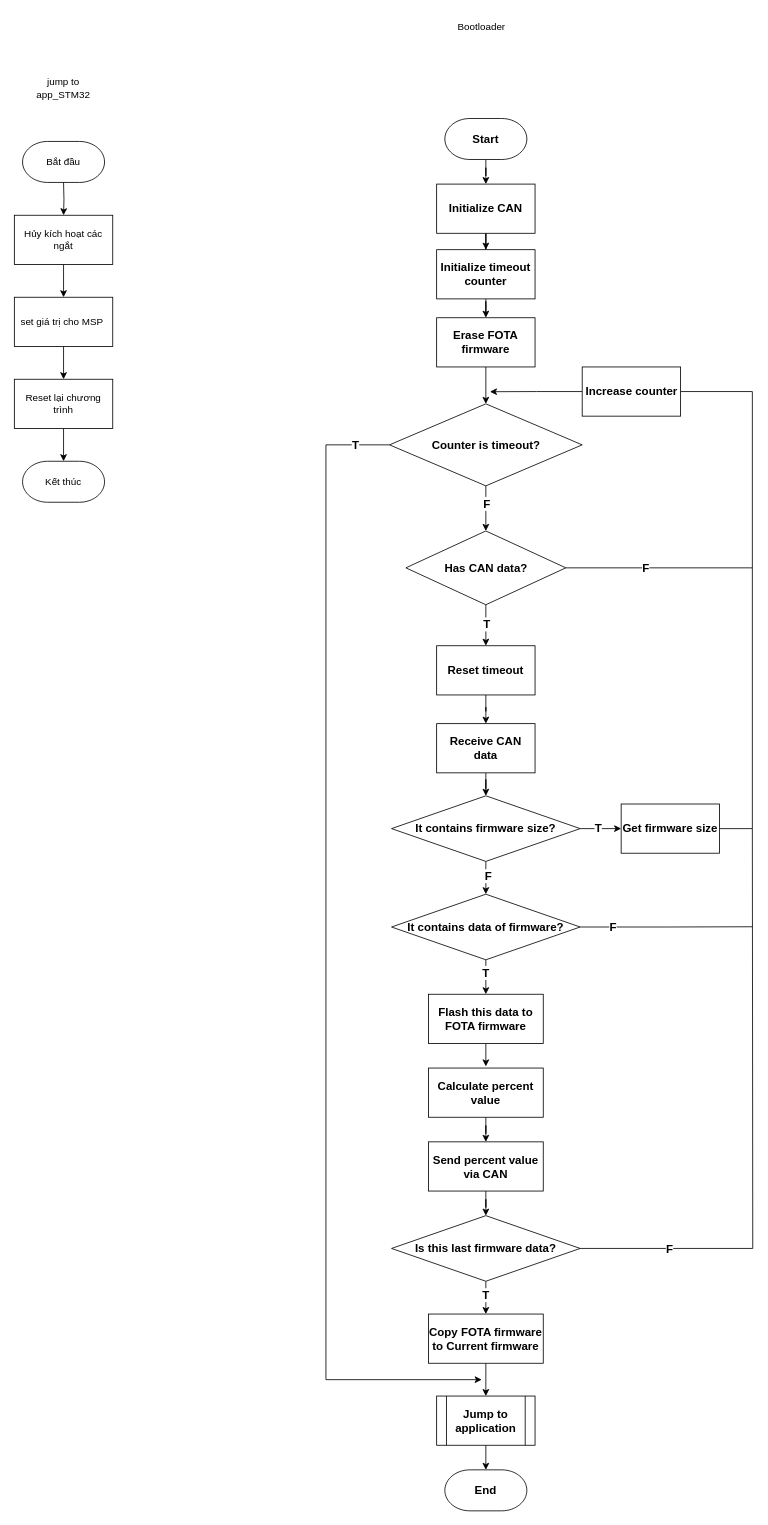
thanhtung386/web_iot_interface keeps this draw.io diagram as page "STM32" (1 of 6) of STM32_01.drawio. Above is the earlier version. Source tidied: cells renumbered, new cells numbered last; positions are measured from the earlier drawing's top-left corner, leaving out a move shared by most shapes. Both pictures are drawn from the tidied source at 82%, with x=0, y=0 at pixel (14, 14).
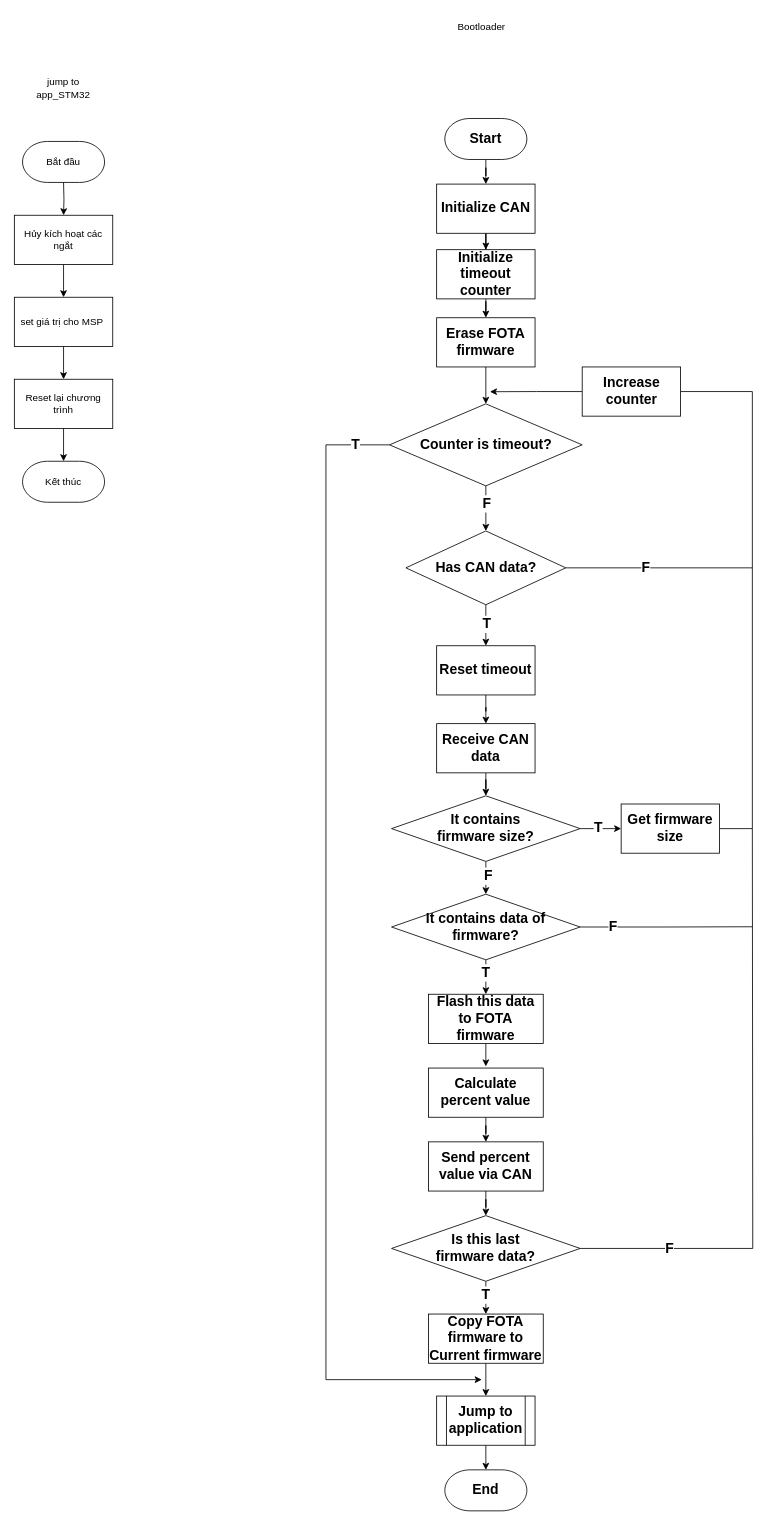
After the change.

What changed in the source:
```diff
@@
-    <mxCell id="12" style="edgeStyle=orthogonalEdgeStyle;rounded=0;jettySize=auto;html=1;fontSize=14;fontStyle=1;" parent="1" edge="1" source="13" target="15">
+    <mxCell id="12" style="edgeStyle=orthogonalEdgeStyle;rounded=0;jettySize=auto;html=1;fontSize=17;fontStyle=1;" parent="1" edge="1" source="13" target="15">
       <mxGeometry relative="1" as="geometry" />
     </mxCell>
-    <mxCell id="13" value="Start" style="whiteSpace=wrap;html=1;strokeWidth=1;shape=mxgraph.flowchart.terminator;fontSize=14;fontStyle=1;" parent="1" vertex="1">
+    <mxCell id="13" value="Start" style="whiteSpace=wrap;html=1;strokeWidth=1;shape=mxgraph.flowchart.terminator;fontSize=17;fontStyle=1;" parent="1" vertex="1">
       <mxGeometry x="525" y="127" width="100" height="50" as="geometry" />
     </mxCell>
-    <mxCell id="14" style="edgeStyle=orthogonalEdgeStyle;rounded=0;jettySize=auto;html=1;fontSize=14;fontStyle=1;" parent="1" edge="1" source="15" target="40">
+    <mxCell id="14" style="edgeStyle=orthogonalEdgeStyle;rounded=0;jettySize=auto;html=1;fontSize=17;fontStyle=1;" parent="1" edge="1" source="15" target="40">
       <mxGeometry relative="1" as="geometry" />
     </mxCell>
-    <mxCell id="15" value="Initialize CAN" style="whiteSpace=wrap;html=1;fontSize=14;fontStyle=1;" parent="1" vertex="1">
+    <mxCell id="15" value="Initialize CAN" style="whiteSpace=wrap;html=1;fontSize=17;fontStyle=1;" parent="1" vertex="1">
       <mxGeometry x="515" y="207" width="120" height="60" as="geometry" />
     </mxCell>
-    <mxCell id="16" style="edgeStyle=orthogonalEdgeStyle;rounded=0;jettySize=auto;html=1;fontSize=14;fontStyle=1;" parent="1" edge="1" source="20" target="47">
+    <mxCell id="16" style="edgeStyle=orthogonalEdgeStyle;rounded=0;jettySize=auto;html=1;fontSize=17;fontStyle=1;" parent="1" edge="1" source="20" target="47">
       <mxGeometry relative="1" as="geometry" />
     </mxCell>
-    <mxCell id="17" value="T" style="edgeLabel;html=1;align=center;verticalAlign=middle;fontSize=14;fontStyle=1;" parent="16" vertex="1">
+    <mxCell id="17" value="T" style="edgeLabel;html=1;align=center;verticalAlign=middle;fontSize=17;fontStyle=1;" parent="16" vertex="1">
       <mxGeometry x="-0.08" relative="1" as="geometry" />
     </mxCell>
-    <mxCell id="18" style="edgeStyle=orthogonalEdgeStyle;rounded=0;jettySize=auto;html=1;exitX=1;exitY=0.5;exitDx=0;exitDy=0;exitPerimeter=0;endArrow=none;endFill=0;fontSize=14;fontStyle=1;" parent="1" edge="1" source="20">
+    <mxCell id="18" style="edgeStyle=orthogonalEdgeStyle;rounded=0;jettySize=auto;html=1;exitX=1;exitY=0.5;exitDx=0;exitDy=0;exitPerimeter=0;endArrow=none;endFill=0;fontSize=17;fontStyle=1;" parent="1" edge="1" source="20">
       <mxGeometry relative="1" as="geometry">
         <mxPoint x="900" y="675" as="targetPoint" />
         <Array as="points">
           <mxPoint x="900" y="675" />
         </Array>
       </mxGeometry>
     </mxCell>
-    <mxCell id="19" value="F" style="edgeLabel;html=1;align=center;verticalAlign=middle;fontSize=14;fontStyle=1;" parent="18" vertex="1">
+    <mxCell id="19" value="F" style="edgeLabel;html=1;align=center;verticalAlign=middle;fontSize=17;fontStyle=1;" parent="18" vertex="1">
       <mxGeometry x="-0.15" y="1" relative="1" as="geometry" />
     </mxCell>
-    <mxCell id="20" value="Has CAN data?" style="rounded=0;whiteSpace=wrap;html=1;strokeWidth=1;shape=mxgraph.flowchart.decision;fontSize=14;fontStyle=1;" parent="1" vertex="1">
+    <mxCell id="20" value="Has CAN data?" style="rounded=0;whiteSpace=wrap;html=1;strokeWidth=1;shape=mxgraph.flowchart.decision;fontSize=17;fontStyle=1;" parent="1" vertex="1">
       <mxGeometry x="477.5" y="630" width="195" height="90" as="geometry" />
     </mxCell>
-    <mxCell id="21" style="edgeStyle=orthogonalEdgeStyle;rounded=0;jettySize=auto;html=1;exitX=1;exitY=0.5;exitDx=0;exitDy=0;fontSize=14;fontStyle=1;" parent="1" edge="1" source="25" target="27">
+    <mxCell id="21" style="edgeStyle=orthogonalEdgeStyle;rounded=0;jettySize=auto;html=1;exitX=1;exitY=0.5;exitDx=0;exitDy=0;fontSize=17;fontStyle=1;" parent="1" edge="1" source="25" target="27">
       <mxGeometry relative="1" as="geometry" />
     </mxCell>
-    <mxCell id="22" value="T" style="edgeLabel;html=1;align=center;verticalAlign=middle;fontSize=14;fontStyle=1;" parent="21" vertex="1">
+    <mxCell id="22" value="T" style="edgeLabel;html=1;align=center;verticalAlign=middle;fontSize=17;fontStyle=1;" parent="21" vertex="1">
       <mxGeometry x="-0.16" y="1" relative="1" as="geometry" />
     </mxCell>
-    <mxCell id="23" style="edgeStyle=orthogonalEdgeStyle;rounded=0;jettySize=auto;html=1;exitX=0.5;exitY=1;exitDx=0;exitDy=0;entryX=0.5;entryY=0;entryDx=0;entryDy=0;fontSize=14;fontStyle=1;" parent="1" edge="1" source="25" target="32">
+    <mxCell id="23" style="edgeStyle=orthogonalEdgeStyle;rounded=0;jettySize=auto;html=1;exitX=0.5;exitY=1;exitDx=0;exitDy=0;entryX=0.5;entryY=0;entryDx=0;entryDy=0;fontSize=17;fontStyle=1;" parent="1" edge="1" source="25" target="32">
       <mxGeometry relative="1" as="geometry" />
     </mxCell>
-    <mxCell id="24" value="F" style="edgeLabel;html=1;align=center;verticalAlign=middle;fontSize=14;fontStyle=1;" parent="23" vertex="1">
+    <mxCell id="24" value="F" style="edgeLabel;html=1;align=center;verticalAlign=middle;fontSize=17;fontStyle=1;" parent="23" vertex="1">
       <mxGeometry x="-0.14" y="2" relative="1" as="geometry" />
     </mxCell>
-    <mxCell id="25" value="It contains firmware size?" style="rhombus;whiteSpace=wrap;html=1;fontSize=14;fontStyle=1;" parent="1" vertex="1">
+    <mxCell id="25" value="It contains&lt;br&gt;firmware size?" style="rhombus;whiteSpace=wrap;html=1;fontSize=17;fontStyle=1;" parent="1" vertex="1">
       <mxGeometry x="460" y="953" width="230" height="80" as="geometry" />
     </mxCell>
-    <mxCell id="26" style="edgeStyle=orthogonalEdgeStyle;rounded=0;jettySize=auto;html=1;exitX=1;exitY=0.5;exitDx=0;exitDy=0;fontSize=14;fontStyle=1;entryX=1;entryY=0.5;entryDx=0;entryDy=0;endArrow=none;endFill=0;" parent="1" edge="1" source="27" target="62">
+    <mxCell id="26" style="edgeStyle=orthogonalEdgeStyle;rounded=0;jettySize=auto;html=1;exitX=1;exitY=0.5;exitDx=0;exitDy=0;fontSize=17;fontStyle=1;entryX=1;entryY=0.5;entryDx=0;entryDy=0;endArrow=none;endFill=0;" parent="1" edge="1" source="27" target="62">
       <mxGeometry relative="1" as="geometry">
         <Array as="points">
           <mxPoint x="900" y="993" />
           <mxPoint x="900" y="460" />
         </Array>
       </mxGeometry>
     </mxCell>
-    <mxCell id="27" value="Get firmware size" style="rounded=0;whiteSpace=wrap;html=1;fontSize=14;fontStyle=1;" parent="1" vertex="1">
+    <mxCell id="27" value="Get firmware size" style="rounded=0;whiteSpace=wrap;html=1;fontSize=17;fontStyle=1;" parent="1" vertex="1">
       <mxGeometry x="740" y="963" width="120" height="60" as="geometry" />
     </mxCell>
-    <mxCell id="28" style="edgeStyle=orthogonalEdgeStyle;rounded=0;jettySize=auto;html=1;exitX=0.5;exitY=1;exitDx=0;exitDy=0;entryX=0.5;entryY=0;entryDx=0;entryDy=0;fontSize=14;fontStyle=1;" parent="1" edge="1" source="32" target="34">
+    <mxCell id="28" style="edgeStyle=orthogonalEdgeStyle;rounded=0;jettySize=auto;html=1;exitX=0.5;exitY=1;exitDx=0;exitDy=0;entryX=0.5;entryY=0;entryDx=0;entryDy=0;fontSize=17;fontStyle=1;" parent="1" edge="1" source="32" target="34">
       <mxGeometry relative="1" as="geometry" />
     </mxCell>
-    <mxCell id="29" value="T" style="edgeLabel;html=1;align=center;verticalAlign=middle;fontSize=14;fontStyle=1;" parent="28" vertex="1">
+    <mxCell id="29" value="T" style="edgeLabel;html=1;align=center;verticalAlign=middle;fontSize=17;fontStyle=1;" parent="28" vertex="1">
       <mxGeometry x="-0.3" y="-1" relative="1" as="geometry" />
     </mxCell>
-    <mxCell id="30" style="edgeStyle=orthogonalEdgeStyle;rounded=0;jettySize=auto;html=1;exitX=1;exitY=0.5;exitDx=0;exitDy=0;endArrow=none;endFill=0;fontSize=14;fontStyle=1;" parent="1" edge="1" source="32">
+    <mxCell id="30" style="edgeStyle=orthogonalEdgeStyle;rounded=0;jettySize=auto;html=1;exitX=1;exitY=0.5;exitDx=0;exitDy=0;endArrow=none;endFill=0;fontSize=17;fontStyle=1;" parent="1" edge="1" source="32">
       <mxGeometry relative="1" as="geometry">
         <mxPoint x="900" y="1112.7" as="targetPoint" />
       </mxGeometry>
     </mxCell>
-    <mxCell id="31" value="F" style="edgeLabel;html=1;align=center;verticalAlign=middle;fontSize=14;fontStyle=1;" parent="30" vertex="1">
+    <mxCell id="31" value="F" style="edgeLabel;html=1;align=center;verticalAlign=middle;fontSize=17;fontStyle=1;" parent="30" vertex="1">
       <mxGeometry x="-0.63" y="1" relative="1" as="geometry" />
     </mxCell>
-    <mxCell id="32" value="It contains data of firmware?" style="rhombus;whiteSpace=wrap;html=1;fontSize=14;fontStyle=1;" parent="1" vertex="1">
+    <mxCell id="32" value="It contains data of firmware?" style="rhombus;whiteSpace=wrap;html=1;fontSize=17;fontStyle=1;" parent="1" vertex="1">
       <mxGeometry x="460" y="1073" width="230" height="80" as="geometry" />
     </mxCell>
-    <mxCell id="33" style="edgeStyle=orthogonalEdgeStyle;rounded=0;jettySize=auto;html=1;exitX=0.5;exitY=1;exitDx=0;exitDy=0;entryX=0.5;entryY=0;entryDx=0;entryDy=0;fontSize=14;fontStyle=1;" parent="1" edge="1" source="34">
+    <mxCell id="33" style="edgeStyle=orthogonalEdgeStyle;rounded=0;jettySize=auto;html=1;exitX=0.5;exitY=1;exitDx=0;exitDy=0;entryX=0.5;entryY=0;entryDx=0;entryDy=0;fontSize=17;fontStyle=1;" parent="1" edge="1" source="34">
       <mxGeometry relative="1" as="geometry">
         <mxPoint x="575" y="1283" as="targetPoint" />
       </mxGeometry>
     </mxCell>
-    <mxCell id="34" value="Flash this data to FOTA firmware" style="rounded=0;whiteSpace=wrap;html=1;fontSize=14;fontStyle=1;" parent="1" vertex="1">
+    <mxCell id="34" value="Flash this data to FOTA firmware" style="rounded=0;whiteSpace=wrap;html=1;fontSize=17;fontStyle=1;" parent="1" vertex="1">
       <mxGeometry x="505" y="1195" width="140" height="60" as="geometry" />
     </mxCell>
-    <mxCell id="35" style="edgeStyle=orthogonalEdgeStyle;rounded=0;jettySize=auto;html=1;exitX=0.5;exitY=1;exitDx=0;exitDy=0;entryX=0.5;entryY=0;entryDx=0;entryDy=0;fontSize=14;fontStyle=1;" parent="1" edge="1" source="36" target="38">
+    <mxCell id="35" style="edgeStyle=orthogonalEdgeStyle;rounded=0;jettySize=auto;html=1;exitX=0.5;exitY=1;exitDx=0;exitDy=0;entryX=0.5;entryY=0;entryDx=0;entryDy=0;fontSize=17;fontStyle=1;" parent="1" edge="1" source="36" target="38">
       <mxGeometry relative="1" as="geometry" />
     </mxCell>
-    <mxCell id="36" value="Jump to application" style="shape=process;whiteSpace=wrap;html=1;backgroundOutline=1;fontSize=14;fontStyle=1;" parent="1" vertex="1">
+    <mxCell id="36" value="Jump to application" style="shape=process;whiteSpace=wrap;html=1;backgroundOutline=1;fontSize=17;fontStyle=1;" parent="1" vertex="1">
       <mxGeometry x="515" y="1685" width="120" height="60" as="geometry" />
     </mxCell>
@@
-    <mxCell id="38" value="End" style="whiteSpace=wrap;html=1;strokeWidth=1;shape=mxgraph.flowchart.terminator;fontSize=14;fontStyle=1;" parent="1" vertex="1">
+    <mxCell id="38" value="End" style="whiteSpace=wrap;html=1;strokeWidth=1;shape=mxgraph.flowchart.terminator;fontSize=17;fontStyle=1;" parent="1" vertex="1">
       <mxGeometry x="525" y="1775" width="100" height="50" as="geometry" />
     </mxCell>
-    <mxCell id="39" style="edgeStyle=orthogonalEdgeStyle;rounded=0;jettySize=auto;html=1;fontSize=14;fontStyle=1;" parent="1" edge="1" source="40" target="49">
+    <mxCell id="39" style="edgeStyle=orthogonalEdgeStyle;rounded=0;jettySize=auto;html=1;fontSize=17;fontStyle=1;" parent="1" edge="1" source="40" target="49">
       <mxGeometry relative="1" as="geometry" />
     </mxCell>
-    <mxCell id="40" value="Initialize timeout counter" style="whiteSpace=wrap;html=1;fontSize=14;fontStyle=1;" parent="1" vertex="1">
+    <mxCell id="40" value="Initialize timeout counter" style="whiteSpace=wrap;html=1;fontSize=17;fontStyle=1;" parent="1" vertex="1">
       <mxGeometry x="515" y="287" width="120" height="60" as="geometry" />
     </mxCell>
-    <mxCell id="41" style="edgeStyle=orthogonalEdgeStyle;rounded=0;jettySize=auto;html=1;fontSize=14;fontStyle=1;" parent="1" edge="1" source="45" target="20">
+    <mxCell id="41" style="edgeStyle=orthogonalEdgeStyle;rounded=0;jettySize=auto;html=1;fontSize=17;fontStyle=1;" parent="1" edge="1" source="45" target="20">
       <mxGeometry relative="1" as="geometry" />
     </mxCell>
-    <mxCell id="42" value="F" style="edgeLabel;html=1;align=center;verticalAlign=middle;fontSize=14;fontStyle=1;" parent="41" vertex="1">
+    <mxCell id="42" value="F" style="edgeLabel;html=1;align=center;verticalAlign=middle;fontSize=17;fontStyle=1;" parent="41" vertex="1">
       <mxGeometry x="-0.22" relative="1" as="geometry" />
     </mxCell>
-    <mxCell id="43" style="edgeStyle=orthogonalEdgeStyle;rounded=0;jettySize=auto;html=1;exitX=0;exitY=0.5;exitDx=0;exitDy=0;exitPerimeter=0;fontSize=14;fontStyle=1;" parent="1" edge="1" source="45">
+    <mxCell id="43" style="edgeStyle=orthogonalEdgeStyle;rounded=0;jettySize=auto;html=1;exitX=0;exitY=0.5;exitDx=0;exitDy=0;exitPerimeter=0;fontSize=17;fontStyle=1;" parent="1" edge="1" source="45">
       <mxGeometry relative="1" as="geometry">
         <mxPoint x="570" y="1665" as="targetPoint" />
         <Array as="points">
           <mxPoint x="457" y="525" />
           <mxPoint x="380" y="525" />
           <mxPoint x="380" y="1665" />
         </Array>
       </mxGeometry>
     </mxCell>
-    <mxCell id="44" value="&lt;span style=&quot;font-size: 14px;&quot;&gt;&lt;font style=&quot;font-size: 14px;&quot;&gt;T&lt;/font&gt;&lt;/span&gt;" style="edgeLabel;html=1;align=center;verticalAlign=middle;fontSize=14;fontStyle=1;" parent="43" vertex="1">
+    <mxCell id="44" value="&lt;span style=&quot;font-size: 17px;&quot;&gt;&lt;font style=&quot;font-size: 17px;&quot;&gt;T&lt;/font&gt;&lt;/span&gt;" style="edgeLabel;html=1;align=center;verticalAlign=middle;fontSize=17;fontStyle=1;" parent="43" vertex="1">
       <mxGeometry x="-0.94" y="-1" relative="1" as="geometry" />
     </mxCell>
-    <mxCell id="45" value="Counter is timeout?" style="whiteSpace=wrap;html=1;strokeWidth=1;shape=mxgraph.flowchart.decision;fontSize=14;fontStyle=1;" parent="1" vertex="1">
+    <mxCell id="45" value="Counter is timeout?" style="whiteSpace=wrap;html=1;strokeWidth=1;shape=mxgraph.flowchart.decision;fontSize=17;fontStyle=1;" parent="1" vertex="1">
       <mxGeometry x="457.5" y="475" width="235" height="100" as="geometry" />
     </mxCell>
-    <mxCell id="46" style="edgeStyle=orthogonalEdgeStyle;rounded=0;jettySize=auto;html=1;" parent="1" edge="1" source="47" target="64">
+    <mxCell id="46" style="edgeStyle=orthogonalEdgeStyle;rounded=0;jettySize=auto;html=1;fontSize=17;" parent="1" edge="1" source="47" target="64">
       <mxGeometry relative="1" as="geometry" />
     </mxCell>
-    <mxCell id="47" value="Reset timeout" style="whiteSpace=wrap;html=1;fontSize=14;fontStyle=1;" parent="1" vertex="1">
+    <mxCell id="47" value="Reset timeout" style="whiteSpace=wrap;html=1;fontSize=17;fontStyle=1;" parent="1" vertex="1">
       <mxGeometry x="515" y="770" width="120" height="60" as="geometry" />
     </mxCell>
-    <mxCell id="48" style="edgeStyle=orthogonalEdgeStyle;rounded=0;jettySize=auto;html=1;fontSize=14;fontStyle=1;" parent="1" edge="1" source="49" target="45">
+    <mxCell id="48" style="edgeStyle=orthogonalEdgeStyle;rounded=0;jettySize=auto;html=1;fontSize=17;fontStyle=1;" parent="1" edge="1" source="49" target="45">
       <mxGeometry relative="1" as="geometry" />
     </mxCell>
-    <mxCell id="49" value="Erase FOTA firmware" style="whiteSpace=wrap;html=1;fontSize=14;fontStyle=1;" parent="1" vertex="1">
+    <mxCell id="49" value="Erase FOTA firmware" style="whiteSpace=wrap;html=1;fontSize=17;fontStyle=1;" parent="1" vertex="1">
       <mxGeometry x="515" y="370" width="120" height="60" as="geometry" />
     </mxCell>
-    <mxCell id="50" style="edgeStyle=orthogonalEdgeStyle;rounded=0;jettySize=auto;html=1;fontSize=14;fontStyle=1;" parent="1" edge="1" source="51" target="53">
+    <mxCell id="50" style="edgeStyle=orthogonalEdgeStyle;rounded=0;jettySize=auto;html=1;fontSize=17;fontStyle=1;" parent="1" edge="1" source="51" target="53">
       <mxGeometry relative="1" as="geometry" />
     </mxCell>
-    <mxCell id="51" value="Calculate percent value" style="rounded=0;whiteSpace=wrap;html=1;fontSize=14;fontStyle=1;" parent="1" vertex="1">
+    <mxCell id="51" value="Calculate percent value" style="rounded=0;whiteSpace=wrap;html=1;fontSize=17;fontStyle=1;" parent="1" vertex="1">
       <mxGeometry x="505" y="1285" width="140" height="60" as="geometry" />
     </mxCell>
-    <mxCell id="52" style="edgeStyle=orthogonalEdgeStyle;rounded=0;jettySize=auto;html=1;fontSize=14;fontStyle=1;" parent="1" edge="1" source="53" target="58">
+    <mxCell id="52" style="edgeStyle=orthogonalEdgeStyle;rounded=0;jettySize=auto;html=1;fontSize=17;fontStyle=1;" parent="1" edge="1" source="53" target="58">
       <mxGeometry relative="1" as="geometry" />
     </mxCell>
-    <mxCell id="53" value="Send percent value via CAN" style="rounded=0;whiteSpace=wrap;html=1;fontSize=14;fontStyle=1;" parent="1" vertex="1">
+    <mxCell id="53" value="Send percent value via CAN" style="rounded=0;whiteSpace=wrap;html=1;fontSize=17;fontStyle=1;" parent="1" vertex="1">
       <mxGeometry x="505" y="1375" width="140" height="60" as="geometry" />
     </mxCell>
-    <mxCell id="54" style="edgeStyle=orthogonalEdgeStyle;rounded=0;jettySize=auto;html=1;fontSize=14;fontStyle=1;" parent="1" edge="1" source="58" target="60">
+    <mxCell id="54" style="edgeStyle=orthogonalEdgeStyle;rounded=0;jettySize=auto;html=1;fontSize=17;fontStyle=1;" parent="1" edge="1" source="58" target="60">
       <mxGeometry relative="1" as="geometry" />
     </mxCell>
-    <mxCell id="55" value="T" style="edgeLabel;html=1;align=center;verticalAlign=middle;fontSize=14;fontStyle=1;" parent="54" vertex="1">
+    <mxCell id="55" value="T" style="edgeLabel;html=1;align=center;verticalAlign=middle;fontSize=17;fontStyle=1;" parent="54" vertex="1">
       <mxGeometry x="-0.19" y="-1" relative="1" as="geometry" />
     </mxCell>
-    <mxCell id="56" style="edgeStyle=orthogonalEdgeStyle;rounded=0;jettySize=auto;html=1;exitX=1;exitY=0.5;exitDx=0;exitDy=0;endArrow=none;endFill=0;fontSize=14;fontStyle=1;" parent="1" edge="1" source="58">
+    <mxCell id="56" style="edgeStyle=orthogonalEdgeStyle;rounded=0;jettySize=auto;html=1;exitX=1;exitY=0.5;exitDx=0;exitDy=0;endArrow=none;endFill=0;fontSize=17;fontStyle=1;" parent="1" edge="1" source="58">
       <mxGeometry relative="1" as="geometry">
         <mxPoint x="900" y="993" as="targetPoint" />
       </mxGeometry>
     </mxCell>
-    <mxCell id="57" value="F" style="edgeLabel;html=1;align=center;verticalAlign=middle;fontSize=14;fontStyle=1;" parent="56" vertex="1">
+    <mxCell id="57" value="F" style="edgeLabel;html=1;align=center;verticalAlign=middle;fontSize=17;fontStyle=1;" parent="56" vertex="1">
       <mxGeometry x="-0.7" relative="1" as="geometry" />
     </mxCell>
-    <mxCell id="58" value="Is this last firmware data?" style="rhombus;whiteSpace=wrap;html=1;fontSize=14;fontStyle=1;" parent="1" vertex="1">
+    <mxCell id="58" value="Is this last&lt;br&gt;firmware data?" style="rhombus;whiteSpace=wrap;html=1;fontSize=17;fontStyle=1;" parent="1" vertex="1">
       <mxGeometry x="460" y="1465" width="230" height="80" as="geometry" />
     </mxCell>
-    <mxCell id="59" style="edgeStyle=orthogonalEdgeStyle;rounded=0;jettySize=auto;html=1;fontSize=14;fontStyle=1;" parent="1" edge="1" source="60" target="36">
+    <mxCell id="59" style="edgeStyle=orthogonalEdgeStyle;rounded=0;jettySize=auto;html=1;fontSize=17;fontStyle=1;" parent="1" edge="1" source="60" target="36">
       <mxGeometry relative="1" as="geometry" />
     </mxCell>
-    <mxCell id="60" value="Copy FOTA firmware to Current firmware" style="rounded=0;whiteSpace=wrap;html=1;fontSize=14;fontStyle=1;" parent="1" vertex="1">
+    <mxCell id="60" value="Copy FOTA firmware to Current firmware" style="rounded=0;whiteSpace=wrap;html=1;fontSize=17;fontStyle=1;" parent="1" vertex="1">
       <mxGeometry x="505" y="1585" width="140" height="60" as="geometry" />
     </mxCell>
-    <mxCell id="61" style="edgeStyle=orthogonalEdgeStyle;rounded=0;jettySize=auto;html=1;exitX=0;exitY=0.5;exitDx=0;exitDy=0;" parent="1" edge="1" source="62">
+    <mxCell id="61" style="edgeStyle=orthogonalEdgeStyle;rounded=0;jettySize=auto;html=1;exitX=0;exitY=0.5;exitDx=0;exitDy=0;fontSize=17;" parent="1" edge="1" source="62">
       <mxGeometry relative="1" as="geometry">
         <mxPoint x="580" y="460.2" as="targetPoint" />
       </mxGeometry>
     </mxCell>
-    <mxCell id="62" value="Increase counter" style="whiteSpace=wrap;html=1;fontSize=14;fontStyle=1;" parent="1" vertex="1">
+    <mxCell id="62" value="Increase counter" style="whiteSpace=wrap;html=1;fontSize=17;fontStyle=1;" parent="1" vertex="1">
       <mxGeometry x="692.5" y="430" width="120" height="60" as="geometry" />
     </mxCell>
-    <mxCell id="63" style="edgeStyle=orthogonalEdgeStyle;rounded=0;jettySize=auto;html=1;" parent="1" edge="1" source="64" target="25">
+    <mxCell id="63" style="edgeStyle=orthogonalEdgeStyle;rounded=0;jettySize=auto;html=1;fontSize=17;" parent="1" edge="1" source="64" target="25">
       <mxGeometry relative="1" as="geometry" />
     </mxCell>
-    <mxCell id="64" value="Receive CAN data" style="whiteSpace=wrap;html=1;fontSize=14;fontStyle=1;" parent="1" vertex="1">
+    <mxCell id="64" value="Receive CAN data" style="whiteSpace=wrap;html=1;fontSize=17;fontStyle=1;" parent="1" vertex="1">
       <mxGeometry x="515" y="865" width="120" height="60" as="geometry" />
     </mxCell>
```
